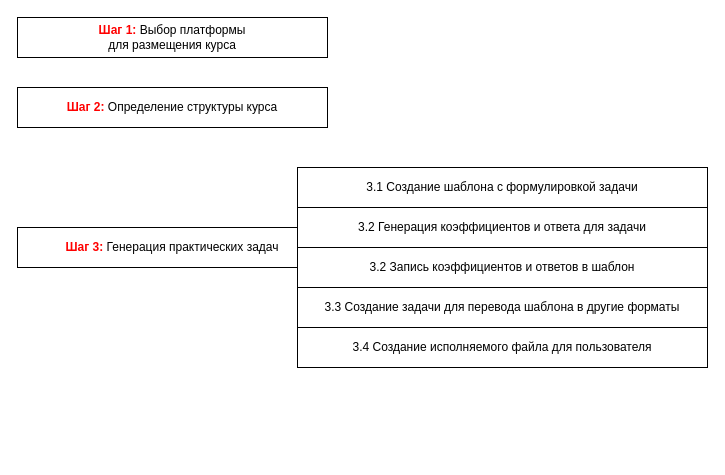
onaxiz/relate-sample keeps this draw.io diagram as Untitled Diagram.drawio. Above is the earlier version. Source tidied: cells renumbered, new cells numbered last; positions are measured from the earlier drawing's top-left corner, leaving out a move shared by most shapes. Both pictures are drawn from the tidied source at 100%, with x=0, y=0 at pixel (17, 17).
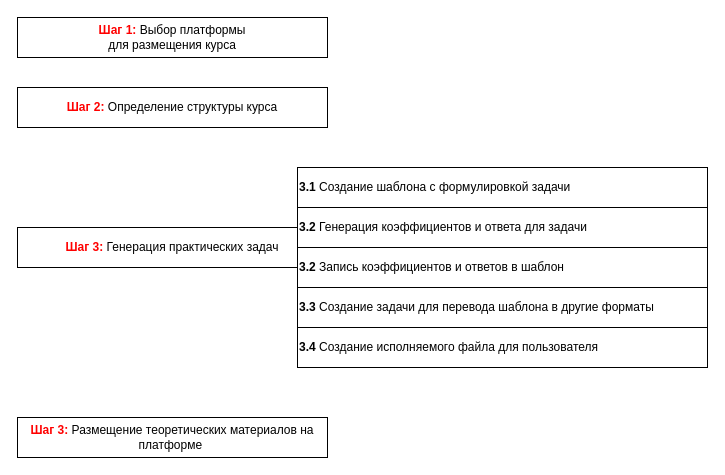
The same diagram, later.

The edit, as a diff of the source:
```diff
@@
 <mxGraphModel>
   <root>
     <mxCell id="0" />
     <mxCell id="1" parent="0" />
     <mxCell id="2" value="&lt;div style=&quot;text-align: left&quot;&gt;&lt;font color=&quot;#ff0000&quot;&gt;&lt;b&gt;Шаг 1:&lt;/b&gt; &lt;/font&gt;&lt;span&gt;Выбор платформы&lt;/span&gt;&lt;/div&gt;для размещения курса" style="rounded=0;whiteSpace=wrap;html=1;" parent="1" vertex="1">
       <mxGeometry width="310" height="40" as="geometry" />
     </mxCell>
     <mxCell id="3" value="&lt;font color=&quot;#ff0000&quot;&gt;&lt;b&gt;Шаг 2:&lt;/b&gt;&amp;nbsp;&lt;/font&gt;Определение структуры курса" style="rounded=0;whiteSpace=wrap;html=1;" parent="1" vertex="1">
       <mxGeometry y="70" width="310" height="40" as="geometry" />
     </mxCell>
     <mxCell id="4" value="&lt;font color=&quot;#ff0000&quot;&gt;&lt;b&gt;Шаг 3:&lt;/b&gt;&amp;nbsp;&lt;/font&gt;Генерация практических задач" style="rounded=0;whiteSpace=wrap;html=1;" parent="1" vertex="1">
       <mxGeometry y="210" width="310" height="40" as="geometry" />
     </mxCell>
-    <mxCell id="5" value="3.1 Создание шаблона с формулировкой задачи" style="rounded=0;whiteSpace=wrap;html=1;" parent="1" vertex="1">
+    <mxCell id="5" value="&lt;b&gt;3.1 &lt;/b&gt;Создание шаблона с формулировкой задачи" style="rounded=0;whiteSpace=wrap;html=1;align=left;" parent="1" vertex="1">
       <mxGeometry x="280" y="150" width="410" height="40" as="geometry" />
     </mxCell>
-    <mxCell id="6" value="3.2 Генерация коэффициентов и ответа для задачи" style="rounded=0;whiteSpace=wrap;html=1;" parent="1" vertex="1">
+    <mxCell id="6" value="&lt;b&gt;3.2&lt;/b&gt; Генерация коэффициентов и ответа для задачи" style="rounded=0;whiteSpace=wrap;html=1;align=left;" parent="1" vertex="1">
       <mxGeometry x="280" y="190" width="410" height="40" as="geometry" />
     </mxCell>
-    <mxCell id="7" value="3.2 Запись коэффициентов и ответов в шаблон" style="rounded=0;whiteSpace=wrap;html=1;" parent="1" vertex="1">
+    <mxCell id="7" value="&lt;b&gt;3.2&lt;/b&gt; Запись коэффициентов и ответов в шаблон" style="rounded=0;whiteSpace=wrap;html=1;align=left;" parent="1" vertex="1">
       <mxGeometry x="280" y="230" width="410" height="40" as="geometry" />
     </mxCell>
-    <mxCell id="8" value="3.3 Создание задачи для перевода шаблона в другие форматы" style="rounded=0;whiteSpace=wrap;html=1;" parent="1" vertex="1">
+    <mxCell id="8" value="&lt;b&gt;3.3&lt;/b&gt; Создание задачи для перевода шаблона в другие форматы" style="rounded=0;whiteSpace=wrap;html=1;align=left;" parent="1" vertex="1">
       <mxGeometry x="280" y="270" width="410" height="40" as="geometry" />
     </mxCell>
-    <mxCell id="9" value="3.4 Создание исполняемого файла для пользователя" style="rounded=0;whiteSpace=wrap;html=1;" parent="1" vertex="1">
+    <mxCell id="9" value="&lt;b&gt;3.4&lt;/b&gt; Создание исполняемого файла для пользователя" style="rounded=0;whiteSpace=wrap;html=1;align=left;" parent="1" vertex="1">
       <mxGeometry x="280" y="310" width="410" height="40" as="geometry" />
     </mxCell>
+    <mxCell id="10" value="&lt;font color=&quot;#ff0000&quot;&gt;&lt;b&gt;Шаг 3:&lt;/b&gt;&amp;nbsp;&lt;/font&gt;Размещение теоретических материалов на платформе&amp;nbsp;" style="rounded=0;whiteSpace=wrap;html=1;" parent="1" vertex="1">
+      <mxGeometry y="400" width="310" height="40" as="geometry" />
+    </mxCell>
   </root>
 </mxGraphModel>
```
